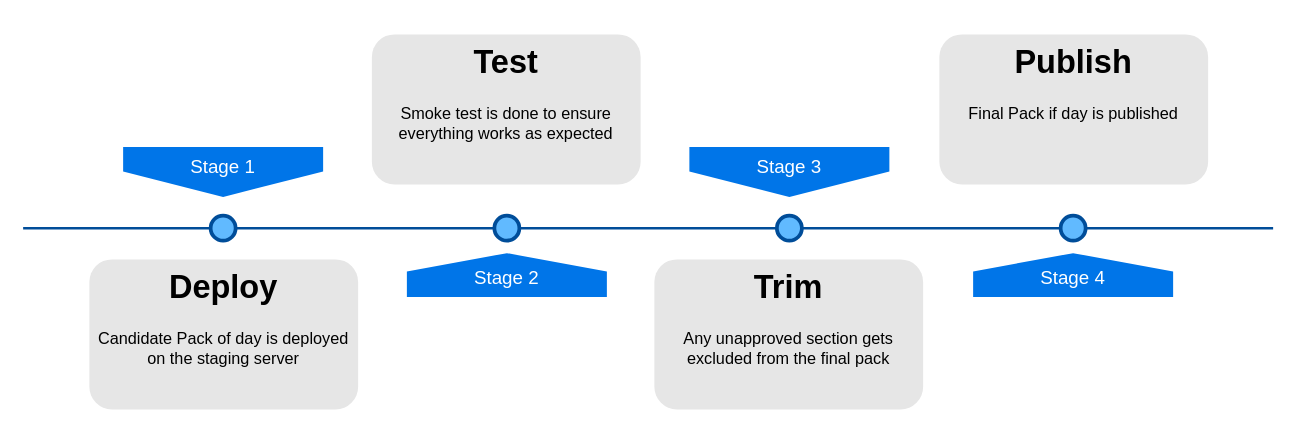
Earlier version of the draw.io diagram Untitled Diagram.drawio (Mostafa-Armandi/Diagrams). Source tidied: cells renumbered, new cells numbered last; positions are measured from the earlier drawing's top-left corner, leaving out a move shared by most shapes. Both pictures are drawn from the tidied source at 125%, with x=0, y=0 at pixel (22, 34).
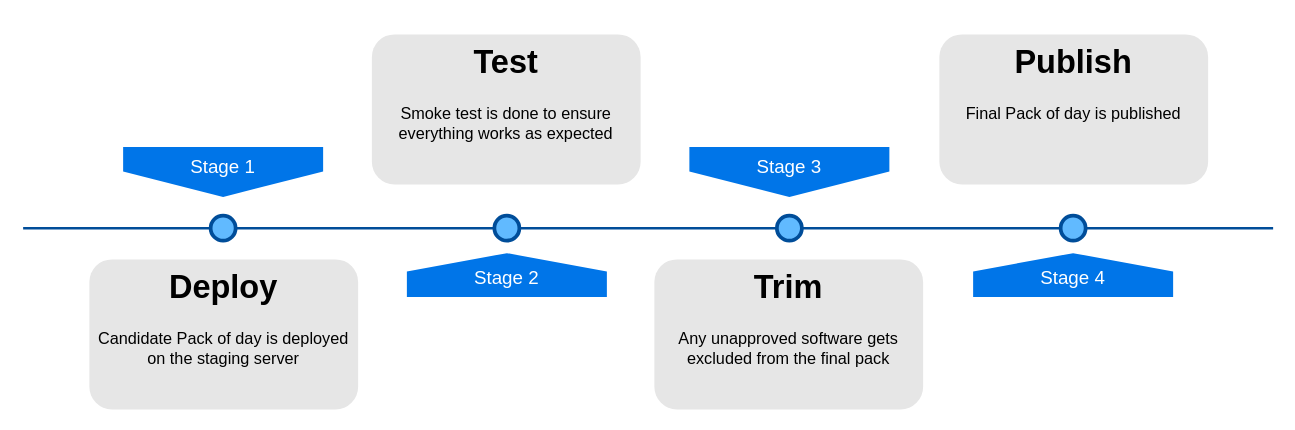
After the change.

What changed in the source:
```diff
@@
 <mxGraphModel background="#ffffff">
   <root>
     <mxCell id="0" />
     <mxCell id="1" parent="0" />
     <mxCell id="2" style="line;strokeWidth=2;html=1;fillColor=none;fontSize=28;fontColor=#004D99;strokeColor=#004D99;" parent="1" vertex="1">
       <mxGeometry y="150" width="1000" height="10" as="geometry" />
     </mxCell>
     <mxCell id="3" value="Stage 1" style="shape=offPageConnector;whiteSpace=wrap;html=1;fillColor=#0075E8;fontSize=15;fontColor=#FFFFFF;size=0.5093750000000015;verticalAlign=top;strokeColor=none;" parent="1" vertex="1">
       <mxGeometry x="80" y="90" width="160" height="40" as="geometry" />
     </mxCell>
     <mxCell id="4" value="&lt;span&gt;Stage 3&lt;/span&gt;" style="shape=offPageConnector;whiteSpace=wrap;html=1;fillColor=#0075E8;fontSize=15;fontColor=#FFFFFF;size=0.5093750000000015;verticalAlign=top;strokeColor=none;" parent="1" vertex="1">
       <mxGeometry x="533" y="90" width="160" height="40" as="geometry" />
     </mxCell>
     <mxCell id="5" value="&lt;span&gt;Stage 2&lt;/span&gt;" style="shape=offPageConnector;whiteSpace=wrap;html=1;fillColor=#0075E8;fontSize=15;fontColor=#FFFFFF;size=0.4178571428571445;flipV=1;verticalAlign=bottom;strokeColor=none;spacingBottom=4;" parent="1" vertex="1">
       <mxGeometry x="307" y="175" width="160" height="35" as="geometry" />
     </mxCell>
     <mxCell id="6" value="&lt;span&gt;Stage 4&lt;/span&gt;" style="shape=offPageConnector;whiteSpace=wrap;html=1;fillColor=#0075E8;fontSize=15;fontColor=#FFFFFF;size=0.4178571428571445;flipV=1;verticalAlign=bottom;strokeColor=none;spacingBottom=4;" parent="1" vertex="1">
       <mxGeometry x="760" y="175" width="160" height="35" as="geometry" />
     </mxCell>
     <mxCell id="7" style="ellipse;whiteSpace=wrap;html=1;fillColor=#61BAFF;fontSize=28;fontColor=#004D99;strokeWidth=3;strokeColor=#004D99;" parent="1" vertex="1">
       <mxGeometry x="150" y="145" width="20" height="20" as="geometry" />
     </mxCell>
     <mxCell id="8" style="ellipse;whiteSpace=wrap;html=1;fillColor=#61BAFF;fontSize=28;fontColor=#004D99;strokeWidth=3;strokeColor=#004D99;" parent="1" vertex="1">
       <mxGeometry x="377" y="145" width="20" height="20" as="geometry" />
     </mxCell>
     <mxCell id="9" style="ellipse;whiteSpace=wrap;html=1;fillColor=#61BAFF;fontSize=28;fontColor=#004D99;strokeWidth=3;strokeColor=#004D99;" parent="1" vertex="1">
       <mxGeometry x="603" y="145" width="20" height="20" as="geometry" />
     </mxCell>
     <mxCell id="10" style="ellipse;whiteSpace=wrap;html=1;fillColor=#61BAFF;fontSize=28;fontColor=#004D99;strokeWidth=3;strokeColor=#004D99;" parent="1" vertex="1">
       <mxGeometry x="830" y="145" width="20" height="20" as="geometry" />
     </mxCell>
     <mxCell id="11" value="&lt;h1&gt;Deploy&lt;/h1&gt;&lt;div&gt;Candidate Pack of day is deployed on the staging server&lt;/div&gt;&lt;p&gt;&lt;br&gt;&lt;/p&gt;" style="text;html=1;spacing=5;spacingTop=-20;whiteSpace=wrap;overflow=hidden;strokeColor=none;strokeWidth=3;fillColor=#E6E6E6;fontSize=13;fontColor=#000000;align=center;rounded=1;" parent="1" vertex="1">
       <mxGeometry x="53" y="180" width="215" height="120" as="geometry" />
     </mxCell>
     <mxCell id="12" value="&lt;h1&gt;Test&lt;/h1&gt;&lt;p&gt;Smoke test is done to ensure everything works as expected&lt;/p&gt;" style="text;html=1;spacing=5;spacingTop=-20;whiteSpace=wrap;overflow=hidden;strokeColor=none;strokeWidth=3;fillColor=#E6E6E6;fontSize=13;fontColor=#000000;align=center;rounded=1;" parent="1" vertex="1">
       <mxGeometry x="279" width="215" height="120" as="geometry" />
     </mxCell>
-    <mxCell id="13" value="&lt;h1&gt;Trim&lt;/h1&gt;&lt;p&gt;Any unapproved section gets excluded from the final pack&lt;/p&gt;&lt;p&gt;&lt;br&gt;&lt;/p&gt;" style="text;html=1;spacing=5;spacingTop=-20;whiteSpace=wrap;overflow=hidden;strokeColor=none;strokeWidth=3;fillColor=#E6E6E6;fontSize=13;fontColor=#000000;align=center;rounded=1;" parent="1" vertex="1">
+    <mxCell id="13" value="&lt;h1&gt;Trim&lt;/h1&gt;&lt;p&gt;Any unapproved software gets excluded from the final pack&lt;/p&gt;&lt;p&gt;&lt;br&gt;&lt;/p&gt;" style="text;html=1;spacing=5;spacingTop=-20;whiteSpace=wrap;overflow=hidden;strokeColor=none;strokeWidth=3;fillColor=#E6E6E6;fontSize=13;fontColor=#000000;align=center;rounded=1;" parent="1" vertex="1">
       <mxGeometry x="505" y="180" width="215" height="120" as="geometry" />
     </mxCell>
-    <mxCell id="14" value="&lt;h1&gt;Publish&lt;/h1&gt;&lt;p&gt;Final Pack if day is published&lt;/p&gt;" style="text;html=1;spacing=5;spacingTop=-20;whiteSpace=wrap;overflow=hidden;strokeColor=none;strokeWidth=3;fillColor=#E6E6E6;fontSize=13;fontColor=#000000;align=center;rounded=1;" parent="1" vertex="1">
+    <mxCell id="14" value="&lt;h1&gt;Publish&lt;/h1&gt;&lt;p&gt;Final Pack of day is published&lt;/p&gt;" style="text;html=1;spacing=5;spacingTop=-20;whiteSpace=wrap;overflow=hidden;strokeColor=none;strokeWidth=3;fillColor=#E6E6E6;fontSize=13;fontColor=#000000;align=center;rounded=1;" parent="1" vertex="1">
       <mxGeometry x="733" width="215" height="120" as="geometry" />
     </mxCell>
   </root>
 </mxGraphModel>
```
